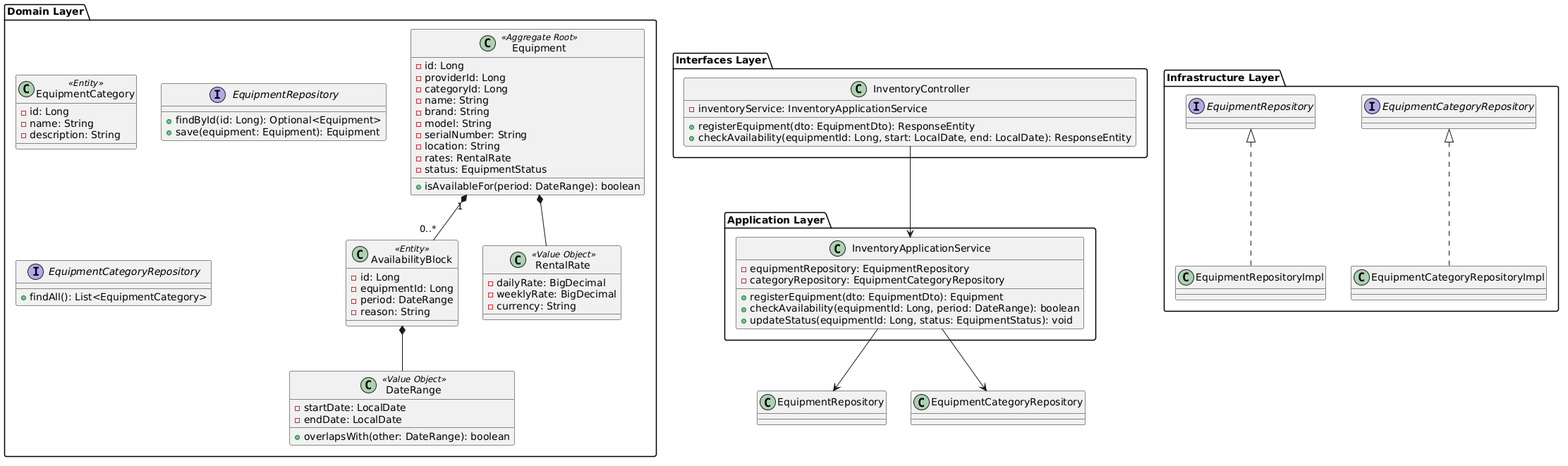
Before: assets/md-images-chapter4/class-diagram-inventory.png, a diagram exported from PlantUML (upc-pre-202620-1asi0729-7750-cleancode/maquigest-report).
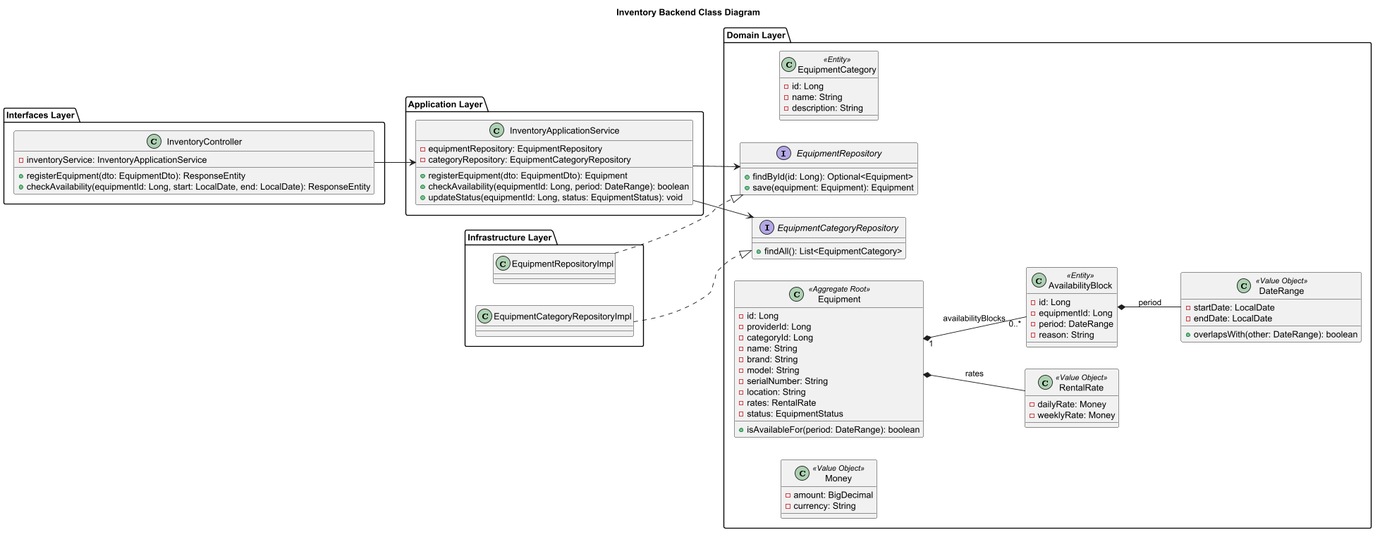
The same file after the commit.

Commit message:
docs: update inventory class diagram

Change to the diagram source:
```diff
@@ -1,81 +1,95 @@
 @startuml
+title Inventory Backend Class Diagram
+
+left to right direction
+skinparam classAttributeIconSize 10
+
 package "Interfaces Layer" {
-    class InventoryController {
-        - inventoryService: InventoryApplicationService
-        + registerEquipment(dto: EquipmentDto): ResponseEntity
-        + checkAvailability(equipmentId: Long, start: LocalDate, end: LocalDate): ResponseEntity
-    }
+  class InventoryController {
+    - inventoryService: InventoryApplicationService
+    + registerEquipment(dto: EquipmentDto): ResponseEntity
+    + checkAvailability(equipmentId: Long, start: LocalDate, end: LocalDate): ResponseEntity
+  }
 }
 
 package "Application Layer" {
-    class InventoryApplicationService {
-        - equipmentRepository: EquipmentRepository
-        - categoryRepository: EquipmentCategoryRepository
-        + registerEquipment(dto: EquipmentDto): Equipment
-        + checkAvailability(equipmentId: Long, period: DateRange): boolean
-        + updateStatus(equipmentId: Long, status: EquipmentStatus): void
-    }
+  class InventoryApplicationService {
+    - equipmentRepository: EquipmentRepository
+    - categoryRepository: EquipmentCategoryRepository
+    + registerEquipment(dto: EquipmentDto): Equipment
+    + checkAvailability(equipmentId: Long, period: DateRange): boolean
+    + updateStatus(equipmentId: Long, status: EquipmentStatus): void
+  }
 }
 
 package "Domain Layer" {
-    class Equipment <<Aggregate Root>> {
-        - id: Long
-        - providerId: Long
-        - categoryId: Long
-        - name: String
-        - brand: String
-        - model: String
-        - serialNumber: String
-        - location: String
-        - rates: RentalRate
-        - status: EquipmentStatus
-        + isAvailableFor(period: DateRange): boolean
-    }
+  class EquipmentCategory <<Entity>> {
+    - id: Long
+    - name: String
+    - description: String
+  }
 
-    class EquipmentCategory <<Entity>> {
-        - id: Long
-        - name: String
-        - description: String
-    }
+  interface EquipmentRepository {
+    + findById(id: Long): Optional<Equipment>
+    + save(equipment: Equipment): Equipment
+  }
 
-    class AvailabilityBlock <<Entity>> {
-        - id: Long
-        - equipmentId: Long
-        - period: DateRange
-        - reason: String
-    }
+  interface EquipmentCategoryRepository {
+    + findAll(): List<EquipmentCategory>
+  }
 
-    class RentalRate <<Value Object>> {
-        - dailyRate: BigDecimal
-        - weeklyRate: BigDecimal
-        - currency: String
-    }
+  class Equipment <<Aggregate Root>> {
+    - id: Long
+    - providerId: Long
+    - categoryId: Long
+    - name: String
+    - brand: String
+    - model: String
+    - serialNumber: String
+    - location: String
+    - rates: RentalRate
+    - status: EquipmentStatus
+    + isAvailableFor(period: DateRange): boolean
+  }
 
-    class DateRange <<Value Object>> {
-        - startDate: LocalDate
-        - endDate: LocalDate
-        + overlapsWith(other: DateRange): boolean
-    }
+  class RentalRate <<Value Object>> {
+    - dailyRate: Money
+    - weeklyRate: Money
+  }
 
-    interface EquipmentRepository {
-        + findById(id: Long): Optional<Equipment>
-        + save(equipment: Equipment): Equipment
-    }
+  class Money <<Value Object>> {
+    - amount: BigDecimal
+    - currency: String
+  }
 
-    interface EquipmentCategoryRepository {
-        + findAll(): List<EquipmentCategory>
-    }
+  class AvailabilityBlock <<Entity>> {
+    - id: Long
+    - equipmentId: Long
+    - period: DateRange
+    - reason: String
+  }
+
+  class DateRange <<Value Object>> {
+    - startDate: LocalDate
+    - endDate: LocalDate
+    + overlapsWith(other: DateRange): boolean
+  }
 }
 
 package "Infrastructure Layer" {
-    class EquipmentRepositoryImpl implements EquipmentRepository
-    class EquipmentCategoryRepositoryImpl implements EquipmentCategoryRepository
+  class EquipmentRepositoryImpl
+  class EquipmentCategoryRepositoryImpl
 }
 
 InventoryController --> InventoryApplicationService
 InventoryApplicationService --> EquipmentRepository
 InventoryApplicationService --> EquipmentCategoryRepository
-Equipment *-- RentalRate
-Equipment "1" *-- "0..*" AvailabilityBlock
-AvailabilityBlock *-- DateRange
+
+EquipmentRepositoryImpl ..|> EquipmentRepository
+EquipmentCategoryRepositoryImpl ..|> EquipmentCategoryRepository
+
+Equipment *-- RentalRate : rates
+Equipment "1" *-- "0..*" AvailabilityBlock : availabilityBlocks
+AvailabilityBlock *-- DateRange : period
+
 @enduml
```
